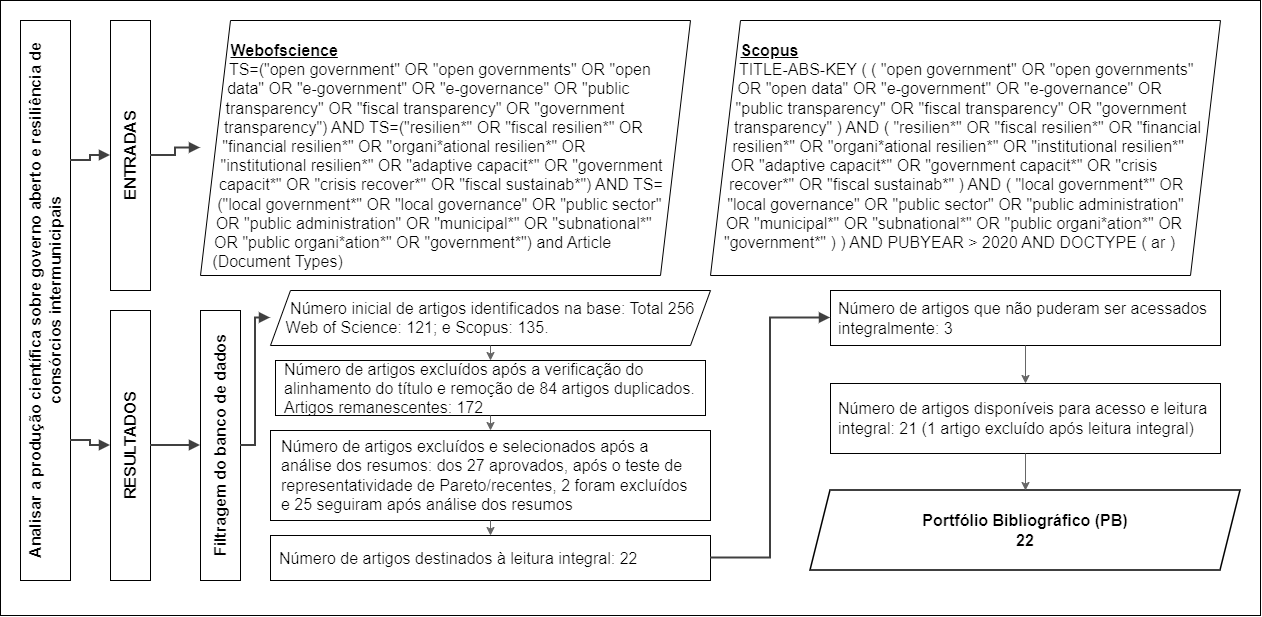
Above: docs/Figura1.drawio.png in gishorus/ProKnow_C_com_Bibliometrix (draw.io), before the change. Source tidied: cells renumbered, new cells last; positions are measured from the earlier drawing's top-left corner, leaving out a move shared by most shapes. Its diagram source:
```xml
<mxGraphModel>
  <root>
    <mxCell id="0" />
    <mxCell id="1" parent="0" />
    <mxCell id="2" style="rounded=0;whiteSpace=wrap;html=1;fillColor=#FFFFFF;strokeColor=default;labelBackgroundColor=#FFFFFF;fontColor=#000000;labelBorderColor=#000000;" parent="1" vertex="1">
      <mxGeometry width="1260" height="615" as="geometry" />
    </mxCell>
    <mxCell id="3" value="Analisar a produção científica sobre governo aberto e resiliência de consórcios intermunicipais" style="rounded=0;whiteSpace=wrap;html=1;horizontal=0;fillColor=#FFFFFF;strokeColor=#000000;fontSize=16;fontStyle=1;align=center;verticalAlign=middle;" parent="1" vertex="1">
      <mxGeometry x="20" y="20" width="50" height="560" as="geometry" />
    </mxCell>
    <mxCell id="4" value="ENTRADAS" style="rounded=0;whiteSpace=wrap;html=1;horizontal=0;fillColor=#FFFFFF;strokeColor=#000000;fontSize=16;fontStyle=1;align=center;verticalAlign=middle;" parent="1" vertex="1">
      <mxGeometry x="110" y="20" width="40" height="270" as="geometry" />
    </mxCell>
    <mxCell id="5" value="RESULTADOS" style="rounded=0;whiteSpace=wrap;html=1;horizontal=0;fillColor=#FFFFFF;strokeColor=#000000;fontSize=16;fontStyle=1;align=center;verticalAlign=middle;" parent="1" vertex="1">
      <mxGeometry x="110" y="310" width="40" height="270" as="geometry" />
    </mxCell>
    <mxCell id="6" value="&lt;b&gt;&lt;u&gt;Webofscience&lt;/u&gt;&lt;/b&gt;&lt;br&gt;TS=(&quot;open government&quot; OR &quot;open governments&quot; OR &quot;open data&quot; OR &quot;e-government&quot; OR &quot;e-governance&quot; OR &quot;public transparency&quot; OR &quot;fiscal transparency&quot; OR &quot;government transparency&quot;) AND TS=(&quot;resilien*&quot; OR &quot;fiscal resilien*&quot; OR &quot;financial resilien*&quot; OR &quot;organi*ational resilien*&quot; OR &quot;institutional resilien*&quot; OR &quot;adaptive capacit*&quot; OR &quot;government capacit*&quot; OR &quot;crisis recover*&quot; OR &quot;fiscal sustainab*&quot;) AND TS=(&quot;local government*&quot; OR &quot;local governance&quot; OR &quot;public sector&quot; OR &quot;public administration&quot; OR &quot;municipal*&quot; OR &quot;subnational*&quot; OR &quot;public organi*ation*&quot; OR &quot;government*&quot;) and Article (Document Types)" style="shape=parallelogram;size=30;fixedSize=1;whiteSpace=wrap;html=1;fillColor=#FFFFFF;strokeColor=#000000;fontSize=16;align=left;verticalAlign=top;spacing=8;shapeInside=1;spacingTop=8;spacingLeft=1;spacingBottom=1;spacingRight=1;" parent="1" vertex="1">
      <mxGeometry x="200" y="20" width="490" height="255" as="geometry" />
    </mxCell>
    <mxCell id="7" value="&lt;b&gt;&lt;u&gt;Scopus&lt;/u&gt;&lt;/b&gt;&lt;br&gt;TITLE-ABS-KEY ( ( &quot;open government&quot; OR &quot;open governments&quot; OR &quot;open data&quot; OR &quot;e-government&quot; OR &quot;e-governance&quot; OR &quot;public transparency&quot; OR &quot;fiscal transparency&quot; OR &quot;government transparency&quot; ) AND ( &quot;resilien*&quot; OR &quot;fiscal resilien*&quot; OR &quot;financial resilien*&quot; OR &quot;organi*ational resilien*&quot; OR &quot;institutional resilien*&quot; OR &quot;adaptive capacit*&quot; OR &quot;government capacit*&quot; OR &quot;crisis recover*&quot; OR &quot;fiscal sustainab*&quot; ) AND ( &quot;local government*&quot; OR &quot;local governance&quot; OR &quot;public sector&quot; OR &quot;public administration&quot; OR &quot;municipal*&quot; OR &quot;subnational*&quot; OR &quot;public organi*ation*&quot; OR &quot;government*&quot; ) ) AND PUBYEAR &amp;gt; 2020 AND DOCTYPE ( ar )" style="shape=parallelogram;size=30;fixedSize=1;whiteSpace=wrap;html=1;fillColor=#FFFFFF;strokeColor=#000000;fontSize=16;align=left;verticalAlign=top;spacing=8;shapeInside=1;spacingTop=8;spacingBottom=1;spacingRight=1;spacingLeft=1;" parent="1" vertex="1">
      <mxGeometry x="710" y="20" width="510" height="255" as="geometry" />
    </mxCell>
    <mxCell id="8" value="Filtragem do banco de dados" style="rounded=0;whiteSpace=wrap;html=1;horizontal=0;fillColor=#FFFFFF;strokeColor=#000000;fontSize=16;fontStyle=1;align=center;verticalAlign=middle;" parent="1" vertex="1">
      <mxGeometry x="200" y="310" width="40" height="270" as="geometry" />
    </mxCell>
    <mxCell id="9" value="Número inicial de artigos identificados na base: Total 256&lt;br&gt;Web of Science: 121; e Scopus: 135." style="shape=parallelogram;size=20;fixedSize=1;whiteSpace=wrap;html=1;fillColor=#FFFFFF;strokeColor=#000000;fontSize=16;align=left;verticalAlign=middle;spacing=8;shapeInside=1;spacingTop=1;spacingLeft=1;spacingBottom=1;spacingRight=1;" parent="1" vertex="1">
      <mxGeometry x="270" y="290" width="440" height="55" as="geometry" />
    </mxCell>
    <mxCell id="10" value="Número de artigos excluídos após a verificação do alinhamento do título e remoção de 84 artigos duplicados. Artigos remanescentes: 172" style="rounded=0;whiteSpace=wrap;html=1;fillColor=#FFFFFF;strokeColor=#000000;fontSize=16;align=left;verticalAlign=middle;spacing=8;spacingTop=1;spacingBottom=1;spacingLeft=1;spacingRight=1;" parent="1" vertex="1">
      <mxGeometry x="275" y="360" width="430" height="55" as="geometry" />
    </mxCell>
    <mxCell id="11" value="Número de artigos excluídos e selecionados após a análise dos resumos: dos 27 aprovados, após o teste de representatividade de Pareto/recentes, 2 foram excluídos e 25 seguiram após análise dos resumos" style="rounded=0;whiteSpace=wrap;html=1;fillColor=#FFFFFF;strokeColor=#000000;fontSize=16;align=left;verticalAlign=middle;spacing=8;spacingRight=4;spacingBottom=4;spacingLeft=3;spacingTop=3;" parent="1" vertex="1">
      <mxGeometry x="270" y="430" width="440" height="90" as="geometry" />
    </mxCell>
    <mxCell id="12" value="Número de artigos destinados à leitura integral: 22" style="rounded=0;whiteSpace=wrap;html=1;fillColor=#FFFFFF;strokeColor=#000000;fontSize=16;align=left;verticalAlign=middle;spacing=8;spacingTop=1;spacingRight=1;spacingBottom=1;spacingLeft=1;" parent="1" vertex="1">
      <mxGeometry x="270" y="535" width="440" height="45" as="geometry" />
    </mxCell>
    <mxCell id="13" value="Número de artigos que não puderam ser acessados integralmente: 3" style="rounded=0;whiteSpace=wrap;html=1;fillColor=#FFFFFF;strokeColor=#000000;fontSize=16;align=left;verticalAlign=middle;spacing=8;" parent="1" vertex="1">
      <mxGeometry x="830" y="290" width="390" height="55" as="geometry" />
    </mxCell>
    <mxCell id="14" value="Número de artigos disponíveis para acesso e leitura integral: 21 (1 artigo excluído após leitura integral)" style="rounded=0;whiteSpace=wrap;html=1;fillColor=#FFFFFF;strokeColor=#000000;fontSize=16;align=left;verticalAlign=middle;spacing=8;" parent="1" vertex="1">
      <mxGeometry x="830" y="383" width="390" height="70" as="geometry" />
    </mxCell>
    <mxCell id="15" value="Portfólio Bibliográfico (PB)&lt;br&gt;22" style="shape=parallelogram;size=20;fixedSize=1;whiteSpace=wrap;html=1;strokeWidth=1.5;fontSize=16;fontStyle=1;align=center;verticalAlign=middle;labelBackgroundColor=none;labelBorderColor=none;" parent="1" vertex="1">
      <mxGeometry x="810" y="490" width="430" height="80" as="geometry" />
    </mxCell>
    <mxCell id="16" style="edgeStyle=orthogonalEdgeStyle;rounded=0;html=1;strokeWidth=2;strokeColor=#404040;endArrow=block;endFill=1;exitX=1;exitY=0.25;exitDx=0;exitDy=0;entryX=0;entryY=0.5;entryDx=0;entryDy=0;" parent="1" edge="1" source="3" target="4">
      <mxGeometry relative="1" as="geometry" />
    </mxCell>
    <mxCell id="17" style="edgeStyle=orthogonalEdgeStyle;rounded=0;html=1;strokeWidth=2;strokeColor=#404040;endArrow=block;endFill=1;exitX=1;exitY=0.75;exitDx=0;exitDy=0;entryX=0;entryY=0.5;entryDx=0;entryDy=0;" parent="1" edge="1" source="3" target="5">
      <mxGeometry relative="1" as="geometry" />
    </mxCell>
    <mxCell id="18" style="edgeStyle=orthogonalEdgeStyle;rounded=0;html=1;strokeWidth=2;strokeColor=#404040;endArrow=block;endFill=1;exitX=1;exitY=0.5;exitDx=0;exitDy=0;entryX=0;entryY=0.5;entryDx=0;entryDy=0;" parent="1" edge="1" source="4" target="6">
      <mxGeometry relative="1" as="geometry" />
    </mxCell>
    <mxCell id="19" style="edgeStyle=orthogonalEdgeStyle;rounded=0;html=1;strokeWidth=2;strokeColor=#404040;endArrow=block;endFill=1;exitX=1;exitY=0.5;exitDx=0;exitDy=0;entryX=0;entryY=0.5;entryDx=0;entryDy=0;" parent="1" edge="1" source="5" target="8">
      <mxGeometry relative="1" as="geometry" />
    </mxCell>
    <mxCell id="20" style="edgeStyle=orthogonalEdgeStyle;rounded=0;html=1;strokeWidth=2;strokeColor=#404040;endArrow=block;endFill=1;exitX=1;exitY=0.5;exitDx=0;exitDy=0;entryX=0;entryY=0.5;entryDx=0;entryDy=0;" parent="1" edge="1" source="8" target="9">
      <mxGeometry relative="1" as="geometry" />
    </mxCell>
    <mxCell id="21" style="edgeStyle=orthogonalEdgeStyle;rounded=0;html=1;strokeWidth=1;strokeColor=#666666;endArrow=classic;" parent="1" edge="1" source="9" target="10">
      <mxGeometry relative="1" as="geometry" />
    </mxCell>
    <mxCell id="22" style="edgeStyle=orthogonalEdgeStyle;rounded=0;html=1;strokeWidth=1;strokeColor=#666666;endArrow=classic;" parent="1" edge="1" source="10" target="11">
      <mxGeometry relative="1" as="geometry" />
    </mxCell>
    <mxCell id="23" style="edgeStyle=orthogonalEdgeStyle;rounded=0;html=1;strokeWidth=1;strokeColor=#666666;endArrow=classic;" parent="1" edge="1" source="11" target="12">
      <mxGeometry relative="1" as="geometry" />
    </mxCell>
    <mxCell id="24" style="edgeStyle=orthogonalEdgeStyle;rounded=0;html=1;strokeWidth=2;strokeColor=#404040;endArrow=block;endFill=1;exitX=1;exitY=0.5;exitDx=0;exitDy=0;entryX=0;entryY=0.5;entryDx=0;entryDy=0;" parent="1" edge="1" source="12" target="13">
      <mxGeometry relative="1" as="geometry" />
    </mxCell>
    <mxCell id="25" style="edgeStyle=orthogonalEdgeStyle;rounded=0;html=1;strokeWidth=1;strokeColor=#666666;endArrow=classic;" parent="1" edge="1" source="13" target="14">
      <mxGeometry relative="1" as="geometry" />
    </mxCell>
    <mxCell id="26" style="edgeStyle=orthogonalEdgeStyle;rounded=0;html=1;strokeWidth=1;strokeColor=#666666;endArrow=classic;" parent="1" edge="1" source="14" target="15">
      <mxGeometry relative="1" as="geometry" />
    </mxCell>
  </root>
</mxGraphModel>
```
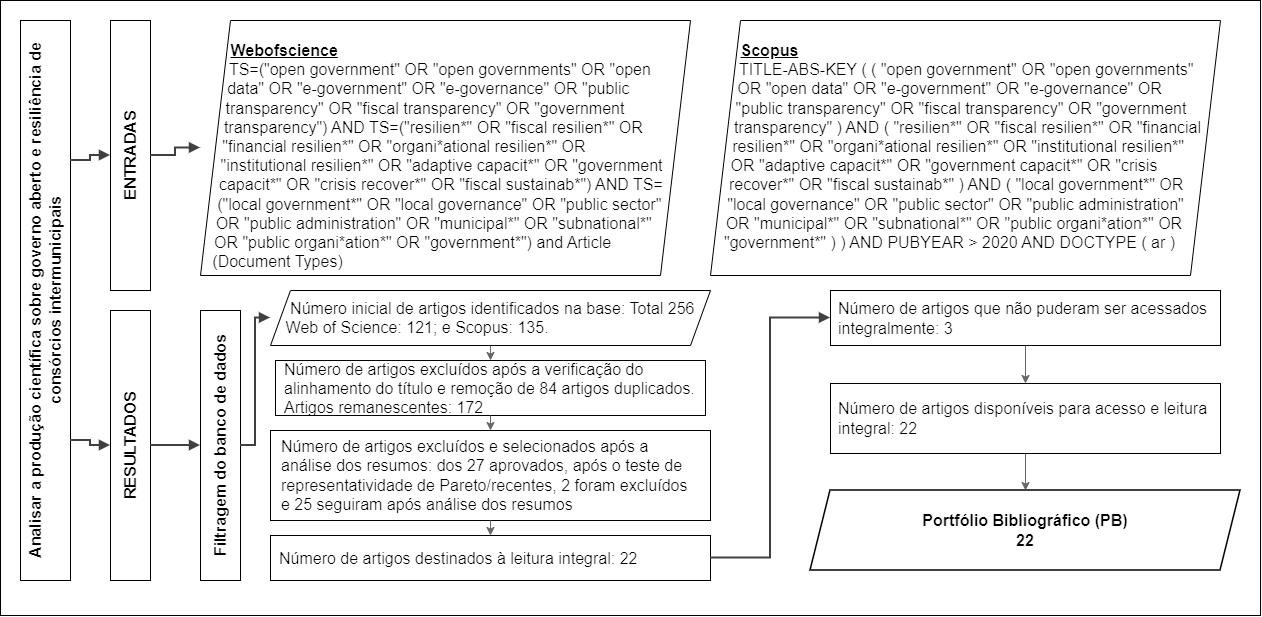
After the change.

Change to the diagram source:
```diff
@@ -38,7 +38,7 @@
     <mxCell id="13" value="Número de artigos que não puderam ser acessados integralmente: 3" style="rounded=0;whiteSpace=wrap;html=1;fillColor=#FFFFFF;strokeColor=#000000;fontSize=16;align=left;verticalAlign=middle;spacing=8;" parent="1" vertex="1">
       <mxGeometry x="830" y="290" width="390" height="55" as="geometry" />
     </mxCell>
-    <mxCell id="14" value="Número de artigos disponíveis para acesso e leitura integral: 21 (1 artigo excluído após leitura integral)" style="rounded=0;whiteSpace=wrap;html=1;fillColor=#FFFFFF;strokeColor=#000000;fontSize=16;align=left;verticalAlign=middle;spacing=8;" parent="1" vertex="1">
+    <mxCell id="14" value="Número de artigos disponíveis para acesso e leitura integral: 22" style="rounded=0;whiteSpace=wrap;html=1;fillColor=#FFFFFF;strokeColor=#000000;fontSize=16;align=left;verticalAlign=middle;spacing=8;" parent="1" vertex="1">
       <mxGeometry x="830" y="383" width="390" height="70" as="geometry" />
     </mxCell>
     <mxCell id="15" value="Portfólio Bibliográfico (PB)&lt;br&gt;22" style="shape=parallelogram;size=20;fixedSize=1;whiteSpace=wrap;html=1;strokeWidth=1.5;fontSize=16;fontStyle=1;align=center;verticalAlign=middle;labelBackgroundColor=none;labelBorderColor=none;" parent="1" vertex="1">
```
